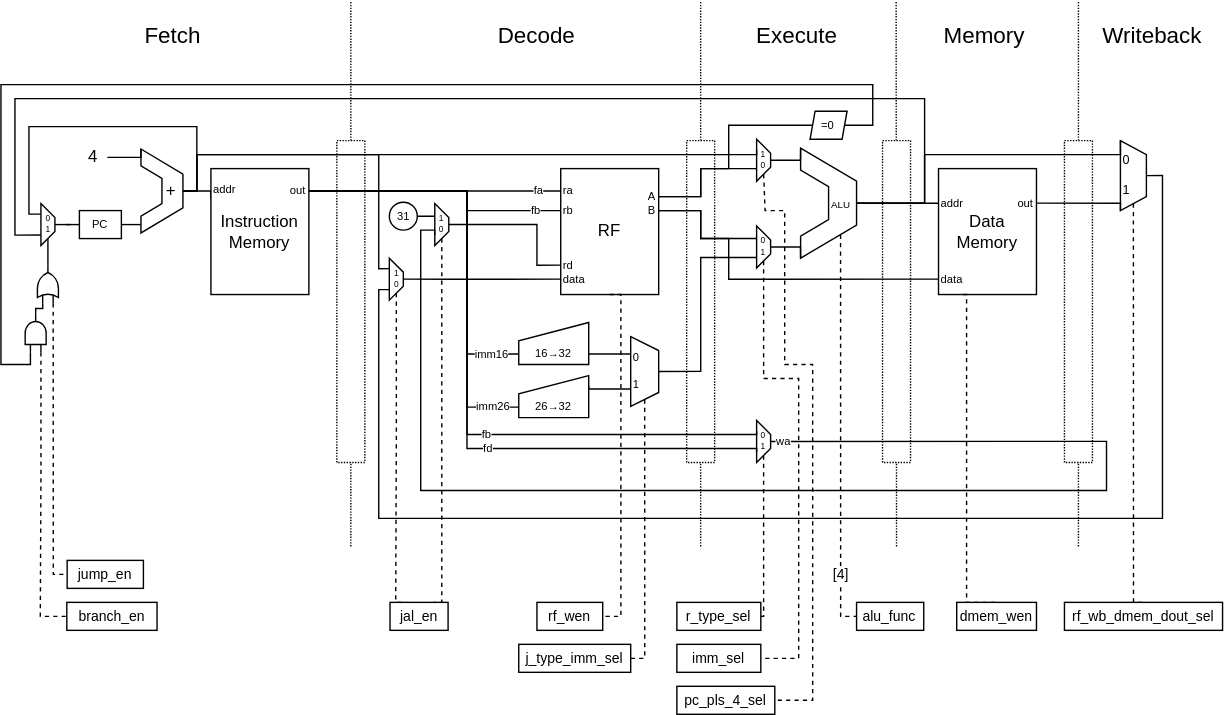
Before: doc/datapath.svg, a diagram exported from draw.io (simoneruffini/MELA). Source tidied: cells renumbered, new cells last; positions are measured from the earlier drawing's top-left corner, leaving out a move shared by most shapes.
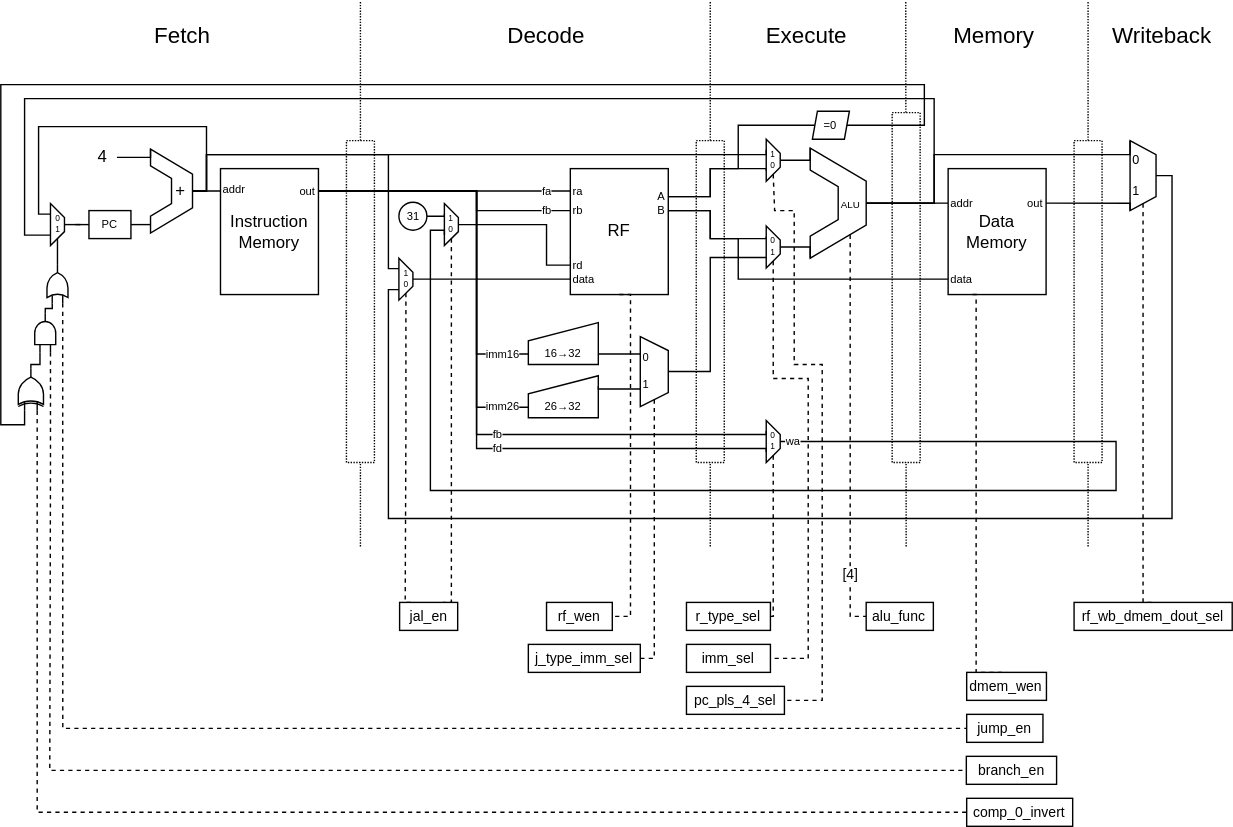
After the change.

Change to the diagram source:
```diff
@@ -27,7 +27,7 @@
       </mxGeometry>
     </mxCell>
     <mxCell id="6" style="rounded=0;whiteSpace=wrap;html=1;dashed=1;dashPattern=1 1;labelBackgroundColor=default;" parent="1" vertex="1">
-      <mxGeometry x="630" y="100" width="20" height="230" as="geometry" />
+      <mxGeometry x="630" y="80" width="20" height="250" as="geometry" />
     </mxCell>
     <mxCell id="7" style="edgeStyle=orthogonalEdgeStyle;rounded=0;jettySize=auto;html=1;exitX=1;exitY=0.5;exitDx=0;exitDy=0;entryX=0;entryY=0.902;entryDx=0;entryDy=0;entryPerimeter=0;endArrow=none;endFill=0;" parent="1" edge="1" source="8" target="11">
       <mxGeometry relative="1" as="geometry" />
@@ -281,19 +281,19 @@
         </Array>
       </mxGeometry>
     </mxCell>
-    <mxCell id="56" style="edgeStyle=orthogonalEdgeStyle;rounded=0;jettySize=auto;html=1;fontSize=8;startArrow=none;startFill=0;endArrow=none;endFill=0;entryX=0;entryY=0.25;entryDx=0;entryDy=0;entryPerimeter=0;exitX=1;exitY=0.5;exitDx=0;exitDy=0;" parent="1" edge="1" source="57" target="16">
+    <mxCell id="56" style="edgeStyle=orthogonalEdgeStyle;rounded=0;jettySize=auto;html=1;fontSize=8;startArrow=none;startFill=0;endArrow=none;endFill=0;exitX=1;exitY=0.5;exitDx=0;exitDy=0;entryX=0;entryY=0.25;entryDx=0;entryDy=0;entryPerimeter=0;" parent="1" edge="1" source="57" target="111">
       <mxGeometry relative="1" as="geometry">
         <Array as="points">
-          <mxPoint x="623" y="89" />
-          <mxPoint x="623" y="60" />
-          <mxPoint y="60" />
-          <mxPoint y="260" />
-          <mxPoint x="21" y="260" />
+          <mxPoint x="653" y="89" />
+          <mxPoint x="653" y="60" />
+          <mxPoint x="-7" y="60" />
+          <mxPoint x="-7" y="303" />
+          <mxPoint x="10" y="303" />
         </Array>
       </mxGeometry>
     </mxCell>
     <mxCell id="57" value="=0" style="shape=parallelogram;perimeter=parallelogramPerimeter;whiteSpace=wrap;html=1;fixedSize=1;rounded=0;shadow=0;sketch=0;fontSize=8;size=3.5700000000001637;" parent="1" vertex="1">
-      <mxGeometry x="578.2" y="79" width="26.4" height="20" as="geometry" />
+      <mxGeometry x="573" y="79" width="26.4" height="20" as="geometry" />
     </mxCell>
     <mxCell id="58" style="edgeStyle=orthogonalEdgeStyle;rounded=0;jettySize=auto;html=1;fontSize=8;endArrow=none;endFill=0;exitX=0;exitY=0.5;exitDx=0;exitDy=0;startArrow=none;startFill=0;entryX=1;entryY=0.5;entryDx=0;entryDy=0;" parent="1" edge="1" source="71" target="80">
       <mxGeometry relative="1" as="geometry">
@@ -418,6 +418,17 @@
     <mxCell id="85" value="Writeback" style="text;html=1;strokeColor=none;fillColor=none;align=center;verticalAlign=middle;whiteSpace=wrap;rounded=0;fontSize=16;" parent="1" vertex="1">
       <mxGeometry x="783" y="10" width="80" height="30" as="geometry" />
     </mxCell>
+    <mxCell id="110" style="edgeStyle=orthogonalEdgeStyle;rounded=0;jettySize=auto;html=1;exitX=1;exitY=0.5;exitDx=0;exitDy=0;exitPerimeter=0;entryX=0;entryY=0.25;entryDx=0;entryDy=0;entryPerimeter=0;endArrow=none;endFill=0;" parent="1" edge="1" source="111" target="16">
+      <mxGeometry relative="1" as="geometry">
+        <Array as="points">
+          <mxPoint x="15" y="260" />
+          <mxPoint x="21" y="260" />
+        </Array>
+      </mxGeometry>
+    </mxCell>
+    <mxCell id="111" style="verticalLabelPosition=bottom;shadow=0;dashed=0;align=center;html=1;verticalAlign=top;shape=mxgraph.electrical.logic_gates.logic_gate;operation=xor;rotation=-90;" parent="1" vertex="1">
+      <mxGeometry x="-0.5" y="269" width="30" height="18" as="geometry" />
+    </mxCell>
     <mxCell id="86" value="Control signals" parent="0" />
     <mxCell id="87" value="[4]" style="edgeStyle=orthogonalEdgeStyle;rounded=0;jettySize=auto;html=1;exitX=0.714;exitY=0.787;exitDx=0;exitDy=0;dashed=1;fontSize=10;startArrow=none;startFill=0;endArrow=none;endFill=0;exitPerimeter=0;labelBackgroundColor=default;entryX=0;entryY=0.5;entryDx=0;entryDy=0;" parent="86" edge="1" source="50" target="105">
       <mxGeometry x="0.71" relative="1" as="geometry">
@@ -489,7 +500,7 @@
       <mxGeometry relative="1" as="geometry">
         <Array as="points">
           <mxPoint x="690" y="210" />
-          <mxPoint x="690" y="430" />
+          <mxPoint x="690" y="480" />
         </Array>
       </mxGeometry>
     </mxCell>
@@ -504,14 +515,13 @@
       <mxGeometry x="370" y="460" width="80" height="20" as="geometry" />
     </mxCell>
     <mxCell id="98" value="branch_en" style="rounded=0;whiteSpace=wrap;html=1;shadow=0;sketch=0;fillStyle=solid;fontSize=10;strokeColor=default;fillColor=default;gradientColor=none;" parent="86" vertex="1">
-      <mxGeometry x="47" y="430" width="64.5" height="20" as="geometry" />
+      <mxGeometry x="683" y="540" width="64.5" height="20" as="geometry" />
     </mxCell>
     <mxCell id="99" style="edgeStyle=orthogonalEdgeStyle;rounded=0;jettySize=auto;html=1;exitX=0;exitY=0.75;exitDx=0;exitDy=0;exitPerimeter=0;entryX=0;entryY=0.5;entryDx=0;entryDy=0;dashed=1;labelBackgroundColor=default;fontSize=10;startArrow=none;startFill=0;endArrow=none;endFill=0;" parent="86" edge="1" source="16" target="98">
       <mxGeometry relative="1" as="geometry">
         <Array as="points">
           <mxPoint x="28" y="338" />
-          <mxPoint x="28" y="338" />
-          <mxPoint x="28" y="440" />
+          <mxPoint x="28" y="570" />
         </Array>
       </mxGeometry>
     </mxCell>
@@ -534,7 +544,7 @@
       <mxGeometry x="611.4" y="430" width="48" height="20" as="geometry" />
     </mxCell>
     <mxCell id="106" value="dmem_wen" style="rounded=0;whiteSpace=wrap;html=1;shadow=0;sketch=0;fillStyle=solid;fontSize=10;strokeColor=default;fillColor=default;gradientColor=none;" parent="86" vertex="1">
-      <mxGeometry x="683" y="430" width="57" height="20" as="geometry" />
+      <mxGeometry x="683.2" y="480" width="57" height="20" as="geometry" />
     </mxCell>
     <mxCell id="107" value="rf_wb_dmem_dout_sel" style="rounded=0;whiteSpace=wrap;html=1;shadow=0;sketch=0;fillStyle=solid;fontSize=10;strokeColor=default;fillColor=default;gradientColor=none;labelBackgroundColor=default;" parent="86" vertex="1">
       <mxGeometry x="760" y="430" width="113" height="20" as="geometry" />
@@ -542,12 +552,22 @@
     <mxCell id="108" style="edgeStyle=orthogonalEdgeStyle;rounded=0;jettySize=auto;html=1;exitX=0;exitY=0.75;exitDx=0;exitDy=0;exitPerimeter=0;fontSize=9;startArrow=none;startFill=0;endArrow=none;endFill=0;dashed=1;entryX=0;entryY=0.5;entryDx=0;entryDy=0;" parent="86" edge="1" source="14" target="109">
       <mxGeometry relative="1" as="geometry">
         <Array as="points">
-          <mxPoint x="37" y="410" />
+          <mxPoint x="37" y="520" />
         </Array>
       </mxGeometry>
     </mxCell>
     <mxCell id="109" value="jump_en" style="rounded=0;whiteSpace=wrap;html=1;shadow=0;sketch=0;fillStyle=solid;fontSize=10;strokeColor=default;fillColor=default;gradientColor=none;" parent="86" vertex="1">
-      <mxGeometry x="47.2" y="400" width="54.5" height="20" as="geometry" />
+      <mxGeometry x="683.2" y="510" width="54.5" height="20" as="geometry" />
     </mxCell>
+    <mxCell id="112" style="edgeStyle=orthogonalEdgeStyle;rounded=0;jettySize=auto;html=1;exitX=0;exitY=0.75;exitDx=0;exitDy=0;exitPerimeter=0;entryX=0;entryY=0.5;entryDx=0;entryDy=0;dashed=1;labelBackgroundColor=default;fontSize=10;startArrow=none;startFill=0;endArrow=none;endFill=0;" parent="86" edge="1" source="111" target="113">
+      <mxGeometry relative="1" as="geometry">
+        <Array as="points">
+          <mxPoint x="19" y="580" />
+        </Array>
+      </mxGeometry>
+    </mxCell>
+    <mxCell id="113" value="comp_0_invert" style="rounded=0;whiteSpace=wrap;html=1;shadow=0;sketch=0;fillStyle=solid;fontSize=10;strokeColor=default;fillColor=default;gradientColor=none;" parent="86" vertex="1">
+      <mxGeometry x="683.2" y="570" width="75.8" height="20" as="geometry" />
+    </mxCell>
   </root>
 </mxGraphModel>
```
